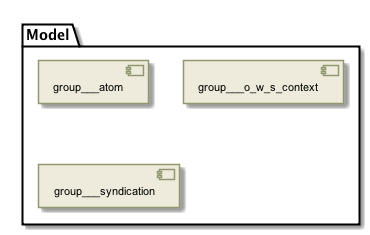
This is _images/plantuml-125fc5b535cad56eabdf23e377509ee160dde4a4.png from Terradue/doc-tep-geohazards-arch, a PlantUML export, as it was before one commit.
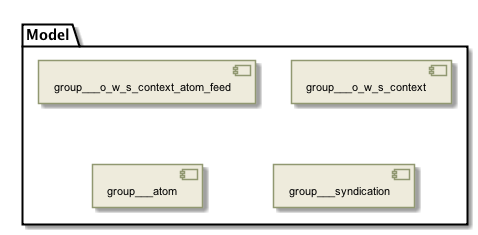
After the change.

What changed in the source:
```diff
@@ -137,8 +137,9 @@
 skinparam backgroundColor #FFFFFF
 skinparam componentStyle uml2
 folder "Model" [[../computational/components/group___model.html]] {
+[group___o_w_s_context_atom_feed]
+[group___o_w_s_context]
 [group___atom]
-[group___o_w_s_context]
 [group___syndication]
 }
 
```
